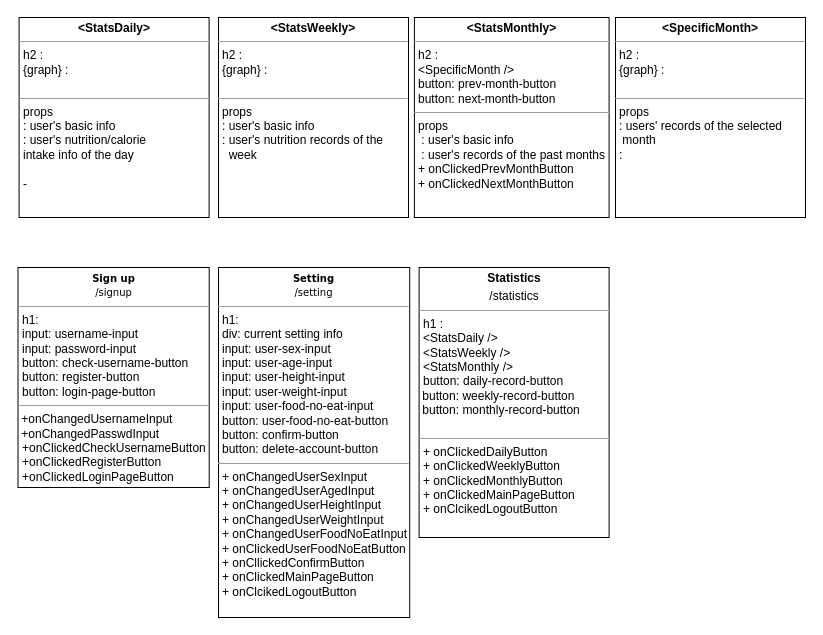
Above: diagrams/Bang.drawio in swsnu/swpp2021-team5 (draw.io), before the change. Source tidied: cells renumbered, new cells numbered last; positions are measured from the earlier drawing's top-left corner, leaving out a move shared by most shapes. Both pictures are drawn from the tidied source at 100%, with x=0, y=0 at pixel (18, 17).
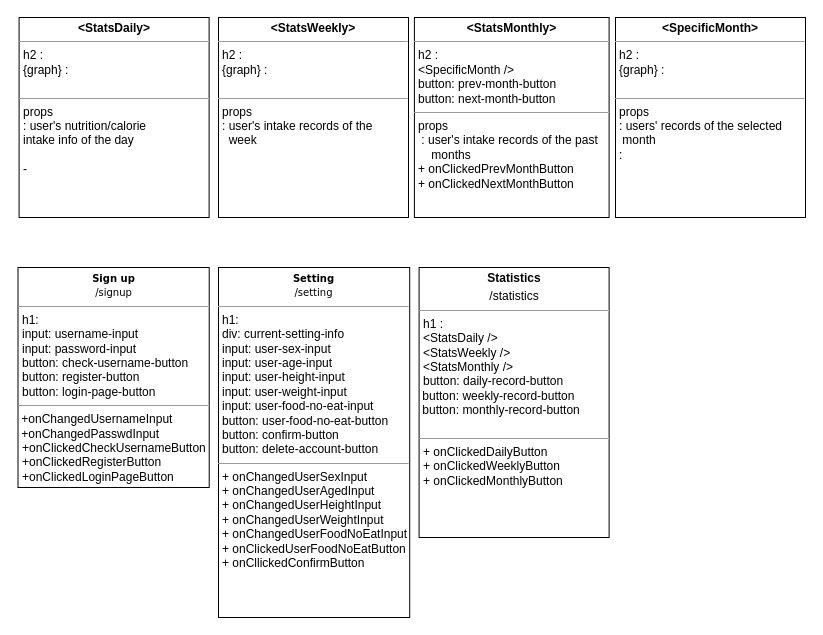
Above is the later version.

Diff of the diagram source:
```diff
@@
 <mxGraphModel>
   <root>
     <mxCell id="0" />
     <mxCell id="1" parent="0" />
-    <mxCell id="2" value="&lt;p style=&quot;margin: 0px ; margin-top: 4px ; text-align: center&quot;&gt;&lt;b&gt;&amp;lt;StatsDaily&amp;gt;&lt;/b&gt;&lt;/p&gt;&lt;hr size=&quot;1&quot;&gt;&lt;p style=&quot;margin: 0px ; margin-left: 4px&quot;&gt;h2 :&amp;nbsp;&lt;br&gt;&lt;/p&gt;&lt;p style=&quot;margin: 0px ; margin-left: 4px&quot;&gt;{graph} :&amp;nbsp;&lt;/p&gt;&lt;p style=&quot;margin: 0px ; margin-left: 4px&quot;&gt;&lt;br&gt;&lt;/p&gt;&lt;hr size=&quot;1&quot;&gt;&lt;p style=&quot;margin: 0px ; margin-left: 4px&quot;&gt;props&lt;/p&gt;&lt;p style=&quot;margin: 0px ; margin-left: 4px&quot;&gt;: user's basic info&lt;br&gt;&lt;/p&gt;&lt;p style=&quot;margin: 0px ; margin-left: 4px&quot;&gt;: user's nutrition/calorie&lt;/p&gt;&lt;p style=&quot;margin: 0px ; margin-left: 4px&quot;&gt;intake info of the day&lt;/p&gt;&lt;p style=&quot;margin: 0px ; margin-left: 4px&quot;&gt;&lt;br&gt;&lt;/p&gt;&lt;p style=&quot;margin: 0px ; margin-left: 4px&quot;&gt;-&amp;nbsp;&lt;/p&gt;&lt;p style=&quot;margin: 0px ; margin-left: 4px&quot;&gt;&lt;br&gt;&lt;/p&gt;" style="verticalAlign=top;align=left;overflow=fill;fontSize=12;fontFamily=Helvetica;html=1;rounded=0;shadow=0;comic=0;labelBackgroundColor=none;strokeWidth=1;" parent="1" vertex="1">
+    <mxCell id="2" value="&lt;p style=&quot;margin: 0px ; margin-top: 4px ; text-align: center&quot;&gt;&lt;b&gt;&amp;lt;StatsDaily&amp;gt;&lt;/b&gt;&lt;/p&gt;&lt;hr size=&quot;1&quot;&gt;&lt;p style=&quot;margin: 0px ; margin-left: 4px&quot;&gt;h2 :&amp;nbsp;&lt;br&gt;&lt;/p&gt;&lt;p style=&quot;margin: 0px ; margin-left: 4px&quot;&gt;{graph} :&amp;nbsp;&lt;/p&gt;&lt;p style=&quot;margin: 0px ; margin-left: 4px&quot;&gt;&lt;br&gt;&lt;/p&gt;&lt;hr size=&quot;1&quot;&gt;&lt;p style=&quot;margin: 0px ; margin-left: 4px&quot;&gt;props&lt;/p&gt;&lt;p style=&quot;margin: 0px ; margin-left: 4px&quot;&gt;: user's nutrition/calorie&lt;/p&gt;&lt;p style=&quot;margin: 0px ; margin-left: 4px&quot;&gt;intake info of the day&lt;/p&gt;&lt;p style=&quot;margin: 0px ; margin-left: 4px&quot;&gt;&lt;br&gt;&lt;/p&gt;&lt;p style=&quot;margin: 0px ; margin-left: 4px&quot;&gt;-&amp;nbsp;&lt;/p&gt;&lt;p style=&quot;margin: 0px ; margin-left: 4px&quot;&gt;&lt;br&gt;&lt;/p&gt;" style="verticalAlign=top;align=left;overflow=fill;fontSize=12;fontFamily=Helvetica;html=1;rounded=0;shadow=0;comic=0;labelBackgroundColor=none;strokeWidth=1;" parent="1" vertex="1">
       <mxGeometry x="0.6" width="190" height="200" as="geometry" />
     </mxCell>
-    <mxCell id="3" value="&lt;p style=&quot;margin: 0px ; margin-top: 4px ; text-align: center&quot;&gt;&lt;b&gt;&amp;lt;StatsWeekly&amp;gt;&lt;/b&gt;&lt;/p&gt;&lt;hr size=&quot;1&quot;&gt;&lt;p style=&quot;margin: 0px ; margin-left: 4px&quot;&gt;h2 :&amp;nbsp;&lt;br&gt;&lt;/p&gt;&lt;p style=&quot;margin: 0px ; margin-left: 4px&quot;&gt;{graph} :&lt;br&gt;&lt;/p&gt;&lt;p style=&quot;margin: 0px ; margin-left: 4px&quot;&gt;&lt;br&gt;&lt;/p&gt;&lt;hr size=&quot;1&quot;&gt;&lt;p style=&quot;margin: 0px ; margin-left: 4px&quot;&gt;props&lt;/p&gt;&lt;p style=&quot;margin: 0px ; margin-left: 4px&quot;&gt;: user's basic info&lt;/p&gt;&lt;p style=&quot;margin: 0px ; margin-left: 4px&quot;&gt;: user's nutrition records of the&lt;/p&gt;&lt;p style=&quot;margin: 0px ; margin-left: 4px&quot;&gt;&amp;nbsp; week&lt;br&gt;&lt;/p&gt;" style="verticalAlign=top;align=left;overflow=fill;fontSize=12;fontFamily=Helvetica;html=1;rounded=0;shadow=0;comic=0;labelBackgroundColor=none;strokeWidth=1;" parent="1" vertex="1">
+    <mxCell id="3" value="&lt;p style=&quot;margin: 0px ; margin-top: 4px ; text-align: center&quot;&gt;&lt;b&gt;&amp;lt;StatsWeekly&amp;gt;&lt;/b&gt;&lt;/p&gt;&lt;hr size=&quot;1&quot;&gt;&lt;p style=&quot;margin: 0px ; margin-left: 4px&quot;&gt;h2 :&amp;nbsp;&lt;br&gt;&lt;/p&gt;&lt;p style=&quot;margin: 0px ; margin-left: 4px&quot;&gt;{graph} :&lt;br&gt;&lt;/p&gt;&lt;p style=&quot;margin: 0px ; margin-left: 4px&quot;&gt;&lt;br&gt;&lt;/p&gt;&lt;hr size=&quot;1&quot;&gt;&lt;p style=&quot;margin: 0px ; margin-left: 4px&quot;&gt;props&lt;/p&gt;&lt;p style=&quot;margin: 0px ; margin-left: 4px&quot;&gt;: user's intake records of the&lt;/p&gt;&lt;p style=&quot;margin: 0px ; margin-left: 4px&quot;&gt;&amp;nbsp; week&lt;br&gt;&lt;/p&gt;" style="verticalAlign=top;align=left;overflow=fill;fontSize=12;fontFamily=Helvetica;html=1;rounded=0;shadow=0;comic=0;labelBackgroundColor=none;strokeWidth=1;" parent="1" vertex="1">
       <mxGeometry x="200" width="190" height="200" as="geometry" />
     </mxCell>
-    <mxCell id="4" value="&lt;p style=&quot;margin: 0px ; margin-top: 4px ; text-align: center&quot;&gt;&lt;b&gt;&amp;lt;StatsMonthly&amp;gt;&lt;/b&gt;&lt;/p&gt;&lt;hr size=&quot;1&quot;&gt;&lt;p style=&quot;margin: 0px ; margin-left: 4px&quot;&gt;h2 :&amp;nbsp;&lt;br&gt;&lt;/p&gt;&lt;p style=&quot;margin: 0px ; margin-left: 4px&quot;&gt;&amp;lt;SpecificMonth /&amp;gt;&lt;/p&gt;&lt;p style=&quot;margin: 0px ; margin-left: 4px&quot;&gt;button: prev-month-button&lt;/p&gt;&lt;p style=&quot;margin: 0px ; margin-left: 4px&quot;&gt;button: next-month-button&lt;/p&gt;&lt;hr size=&quot;1&quot;&gt;&lt;p style=&quot;margin: 0px 0px 0px 4px&quot;&gt;props&lt;/p&gt;&lt;p style=&quot;margin: 0px 0px 0px 4px&quot;&gt;&amp;nbsp;: user's basic info&lt;/p&gt;&lt;p style=&quot;margin: 0px 0px 0px 4px&quot;&gt;&amp;nbsp;: user's records of the past months&lt;/p&gt;&lt;p style=&quot;margin: 0px 0px 0px 4px&quot;&gt;+ onClickedPrevMonthButton&lt;/p&gt;&lt;p style=&quot;margin: 0px 0px 0px 4px&quot;&gt;+ onClickedNextMonthButton&lt;/p&gt;" style="verticalAlign=top;align=left;overflow=fill;fontSize=12;fontFamily=Helvetica;html=1;rounded=0;shadow=0;comic=0;labelBackgroundColor=none;strokeWidth=1;" parent="1" vertex="1">
+    <mxCell id="4" value="&lt;p style=&quot;margin: 0px ; margin-top: 4px ; text-align: center&quot;&gt;&lt;b&gt;&amp;lt;StatsMonthly&amp;gt;&lt;/b&gt;&lt;/p&gt;&lt;hr size=&quot;1&quot;&gt;&lt;p style=&quot;margin: 0px ; margin-left: 4px&quot;&gt;h2 :&amp;nbsp;&lt;br&gt;&lt;/p&gt;&lt;p style=&quot;margin: 0px ; margin-left: 4px&quot;&gt;&amp;lt;SpecificMonth /&amp;gt;&lt;/p&gt;&lt;p style=&quot;margin: 0px ; margin-left: 4px&quot;&gt;button: prev-month-button&lt;/p&gt;&lt;p style=&quot;margin: 0px ; margin-left: 4px&quot;&gt;button: next-month-button&lt;/p&gt;&lt;hr size=&quot;1&quot;&gt;&lt;p style=&quot;margin: 0px 0px 0px 4px&quot;&gt;props&lt;/p&gt;&lt;p style=&quot;margin: 0px 0px 0px 4px&quot;&gt;&amp;nbsp;: user's intake records of the past&lt;/p&gt;&lt;p style=&quot;margin: 0px 0px 0px 4px&quot;&gt;&amp;nbsp; &amp;nbsp; months&lt;/p&gt;&lt;p style=&quot;margin: 0px 0px 0px 4px&quot;&gt;+ onClickedPrevMonthButton&lt;/p&gt;&lt;p style=&quot;margin: 0px 0px 0px 4px&quot;&gt;+ onClickedNextMonthButton&lt;/p&gt;" style="verticalAlign=top;align=left;overflow=fill;fontSize=12;fontFamily=Helvetica;html=1;rounded=0;shadow=0;comic=0;labelBackgroundColor=none;strokeWidth=1;" parent="1" vertex="1">
       <mxGeometry x="395.9" width="194.7" height="200" as="geometry" />
     </mxCell>
-    <mxCell id="5" value="&lt;p style=&quot;margin: 0px ; margin-top: 4px ; text-align: center&quot;&gt;&lt;b&gt;Statistics&lt;/b&gt;&lt;/p&gt;&lt;p style=&quot;margin: 0px ; margin-top: 4px ; text-align: center&quot;&gt;/statistics&lt;/p&gt;&lt;hr size=&quot;1&quot;&gt;&lt;p style=&quot;margin: 0px ; margin-left: 4px&quot;&gt;h1 :&amp;nbsp;&lt;/p&gt;&lt;p style=&quot;margin: 0px ; margin-left: 4px&quot;&gt;&amp;lt;StatsDaily /&amp;gt;&lt;/p&gt;&lt;p style=&quot;margin: 0px ; margin-left: 4px&quot;&gt;&amp;lt;StatsWeekly /&amp;gt;&lt;/p&gt;&lt;p style=&quot;margin: 0px ; margin-left: 4px&quot;&gt;&amp;lt;StatsMonthly /&amp;gt;&lt;/p&gt;&lt;p style=&quot;margin: 0px ; margin-left: 4px&quot;&gt;button: daily-record-button&lt;/p&gt;&amp;nbsp;button:&amp;nbsp;&lt;span&gt;weekly-record-button&amp;nbsp;&lt;/span&gt;&lt;br&gt;&amp;nbsp;button:&amp;nbsp;&lt;span&gt;monthly-record-button&lt;br&gt;&lt;/span&gt;&lt;br&gt;&lt;hr size=&quot;1&quot;&gt;&lt;p style=&quot;margin: 0px 0px 0px 4px&quot;&gt;+ onClickedDailyButton&lt;/p&gt;&lt;p style=&quot;margin: 0px 0px 0px 4px&quot;&gt;+ onClickedWeeklyButton&lt;/p&gt;&lt;p style=&quot;margin: 0px 0px 0px 4px&quot;&gt;+ onClickedMonthlyButton&amp;nbsp;&lt;/p&gt;&lt;p style=&quot;margin: 0px 0px 0px 4px&quot;&gt;+ onClickedMainPageButton&lt;/p&gt;&lt;p style=&quot;margin: 0px 0px 0px 4px&quot;&gt;+ onClcikedLogoutButton&lt;/p&gt;" style="verticalAlign=top;align=left;overflow=fill;fontSize=12;fontFamily=Helvetica;html=1;rounded=0;shadow=0;comic=0;labelBackgroundColor=none;strokeWidth=1;" parent="1" vertex="1">
+    <mxCell id="5" value="&lt;p style=&quot;margin: 0px ; margin-top: 4px ; text-align: center&quot;&gt;&lt;b&gt;Statistics&lt;/b&gt;&lt;/p&gt;&lt;p style=&quot;margin: 0px ; margin-top: 4px ; text-align: center&quot;&gt;/statistics&lt;/p&gt;&lt;hr size=&quot;1&quot;&gt;&lt;p style=&quot;margin: 0px ; margin-left: 4px&quot;&gt;h1 :&amp;nbsp;&lt;/p&gt;&lt;p style=&quot;margin: 0px ; margin-left: 4px&quot;&gt;&amp;lt;StatsDaily /&amp;gt;&lt;/p&gt;&lt;p style=&quot;margin: 0px ; margin-left: 4px&quot;&gt;&amp;lt;StatsWeekly /&amp;gt;&lt;/p&gt;&lt;p style=&quot;margin: 0px ; margin-left: 4px&quot;&gt;&amp;lt;StatsMonthly /&amp;gt;&lt;/p&gt;&lt;p style=&quot;margin: 0px ; margin-left: 4px&quot;&gt;button: daily-record-button&lt;/p&gt;&amp;nbsp;button:&amp;nbsp;&lt;span&gt;weekly-record-button&amp;nbsp;&lt;/span&gt;&lt;br&gt;&amp;nbsp;button:&amp;nbsp;&lt;span&gt;monthly-record-button&lt;br&gt;&lt;/span&gt;&lt;br&gt;&lt;hr size=&quot;1&quot;&gt;&lt;p style=&quot;margin: 0px 0px 0px 4px&quot;&gt;+ onClickedDailyButton&lt;/p&gt;&lt;p style=&quot;margin: 0px 0px 0px 4px&quot;&gt;+ onClickedWeeklyButton&lt;/p&gt;&lt;p style=&quot;margin: 0px 0px 0px 4px&quot;&gt;+ onClickedMonthlyButton&lt;/p&gt;" style="verticalAlign=top;align=left;overflow=fill;fontSize=12;fontFamily=Helvetica;html=1;rounded=0;shadow=0;comic=0;labelBackgroundColor=none;strokeWidth=1;" parent="1" vertex="1">
       <mxGeometry x="400.6" y="250" width="190" height="270" as="geometry" />
     </mxCell>
     <mxCell id="6" value="&lt;p style=&quot;margin: 4px 0px 0px ; text-align: center&quot;&gt;&lt;b style=&quot;font-family: &amp;#34;verdana&amp;#34; ; font-size: 10px&quot;&gt;Sign up&lt;/b&gt;&lt;br style=&quot;font-family: &amp;#34;verdana&amp;#34; ; font-size: 10px&quot;&gt;&lt;span style=&quot;font-family: &amp;#34;verdana&amp;#34; ; font-size: 10px&quot;&gt;/signup&lt;/span&gt;&lt;br&gt;&lt;/p&gt;&lt;hr size=&quot;1&quot;&gt;&lt;p style=&quot;margin: 0px 0px 0px 4px&quot;&gt;h1:&lt;/p&gt;&lt;p style=&quot;margin: 0px 0px 0px 4px&quot;&gt;input: username-input&lt;/p&gt;&lt;p style=&quot;margin: 0px 0px 0px 4px&quot;&gt;input: password-input&lt;/p&gt;&lt;p style=&quot;margin: 0px 0px 0px 4px&quot;&gt;button: check-username-button&lt;/p&gt;&lt;p style=&quot;margin: 0px 0px 0px 4px&quot;&gt;button: register-button&lt;/p&gt;&lt;p style=&quot;margin: 0px 0px 0px 4px&quot;&gt;button: login-page-button&lt;/p&gt;&lt;hr size=&quot;1&quot;&gt;&amp;nbsp;+onChangedUsernameInput&lt;br&gt;&amp;nbsp;+onChangedPasswdInput&lt;br&gt;&lt;p style=&quot;margin: 0px 0px 0px 4px&quot;&gt;+onClickedCheckUsernameButton&lt;/p&gt;&lt;p style=&quot;margin: 0px 0px 0px 4px&quot;&gt;+onClickedRegisterButton&lt;/p&gt;&lt;p style=&quot;margin: 0px 0px 0px 4px&quot;&gt;+onClickedLoginPageButton&lt;/p&gt;" style="verticalAlign=top;align=left;overflow=fill;fontSize=12;fontFamily=Helvetica;html=1;" parent="1" vertex="1">
       <mxGeometry x="-0.5" y="250" width="191.2" height="220" as="geometry" />
     </mxCell>
-    <mxCell id="7" value="&lt;p style=&quot;margin: 4px 0px 0px ; text-align: center&quot;&gt;&lt;b style=&quot;font-family: &amp;#34;verdana&amp;#34; ; font-size: 10px&quot;&gt;Setting&lt;/b&gt;&lt;br style=&quot;font-family: &amp;#34;verdana&amp;#34; ; font-size: 10px&quot;&gt;&lt;span style=&quot;font-family: &amp;#34;verdana&amp;#34; ; font-size: 10px&quot;&gt;/setting&lt;/span&gt;&lt;br&gt;&lt;/p&gt;&lt;hr size=&quot;1&quot;&gt;&lt;p style=&quot;margin: 0px 0px 0px 4px&quot;&gt;h1:&amp;nbsp;&lt;/p&gt;&lt;p style=&quot;margin: 0px 0px 0px 4px&quot;&gt;div: current setting info&lt;/p&gt;&lt;p style=&quot;margin: 0px 0px 0px 4px&quot;&gt;input: user-sex-input&lt;/p&gt;&lt;p style=&quot;margin: 0px 0px 0px 4px&quot;&gt;input: user-age-input&lt;/p&gt;&lt;p style=&quot;margin: 0px 0px 0px 4px&quot;&gt;input: user-height-input&lt;/p&gt;&lt;p style=&quot;margin: 0px 0px 0px 4px&quot;&gt;input: user-weight-input&lt;/p&gt;&lt;p style=&quot;margin: 0px 0px 0px 4px&quot;&gt;input: user-food-no-eat-input&lt;br&gt;&lt;/p&gt;&lt;p style=&quot;margin: 0px 0px 0px 4px&quot;&gt;button: user-food-no-eat-button&lt;/p&gt;&lt;p style=&quot;margin: 0px 0px 0px 4px&quot;&gt;&lt;span&gt;button: confirm-button&lt;/span&gt;&lt;br&gt;&lt;/p&gt;&lt;p style=&quot;margin: 0px 0px 0px 4px&quot;&gt;&lt;span&gt;button: delete-account-button&lt;/span&gt;&lt;/p&gt;&lt;hr size=&quot;1&quot;&gt;&lt;p style=&quot;margin: 0px 0px 0px 4px&quot;&gt;+ onChangedUserSexInput&lt;/p&gt;&lt;p style=&quot;margin: 0px 0px 0px 4px&quot;&gt;+ onChangedUserAgedInput&lt;/p&gt;&lt;p style=&quot;margin: 0px 0px 0px 4px&quot;&gt;+ onChangedUserHeightInput&lt;/p&gt;&lt;p style=&quot;margin: 0px 0px 0px 4px&quot;&gt;+ onChangedUserWeightInput&lt;/p&gt;&lt;p style=&quot;margin: 0px 0px 0px 4px&quot;&gt;+ onChangedUserFoodNoEatInput&lt;/p&gt;&lt;p style=&quot;margin: 0px 0px 0px 4px&quot;&gt;+ onClickedUserFoodNoEatButton&lt;/p&gt;&lt;p style=&quot;margin: 0px 0px 0px 4px&quot;&gt;+ onCllickedConfirmButton&lt;/p&gt;&lt;p style=&quot;margin: 0px 0px 0px 4px&quot;&gt;+ onClickedMainPageButton&lt;/p&gt;&lt;p style=&quot;margin: 0px 0px 0px 4px&quot;&gt;+ onClcikedLogoutButton&lt;/p&gt;&lt;p style=&quot;margin: 0px 0px 0px 4px&quot;&gt;&lt;br&gt;&lt;/p&gt;" style="verticalAlign=top;align=left;overflow=fill;fontSize=12;fontFamily=Helvetica;html=1;" parent="1" vertex="1">
+    <mxCell id="7" value="&lt;p style=&quot;margin: 4px 0px 0px ; text-align: center&quot;&gt;&lt;b style=&quot;font-family: &amp;#34;verdana&amp;#34; ; font-size: 10px&quot;&gt;Setting&lt;/b&gt;&lt;br style=&quot;font-family: &amp;#34;verdana&amp;#34; ; font-size: 10px&quot;&gt;&lt;span style=&quot;font-family: &amp;#34;verdana&amp;#34; ; font-size: 10px&quot;&gt;/setting&lt;/span&gt;&lt;br&gt;&lt;/p&gt;&lt;hr size=&quot;1&quot;&gt;&lt;p style=&quot;margin: 0px 0px 0px 4px&quot;&gt;h1:&amp;nbsp;&lt;/p&gt;&lt;p style=&quot;margin: 0px 0px 0px 4px&quot;&gt;div: current-setting-info&lt;/p&gt;&lt;p style=&quot;margin: 0px 0px 0px 4px&quot;&gt;input: user-sex-input&lt;/p&gt;&lt;p style=&quot;margin: 0px 0px 0px 4px&quot;&gt;input: user-age-input&lt;/p&gt;&lt;p style=&quot;margin: 0px 0px 0px 4px&quot;&gt;input: user-height-input&lt;/p&gt;&lt;p style=&quot;margin: 0px 0px 0px 4px&quot;&gt;input: user-weight-input&lt;/p&gt;&lt;p style=&quot;margin: 0px 0px 0px 4px&quot;&gt;input: user-food-no-eat-input&lt;br&gt;&lt;/p&gt;&lt;p style=&quot;margin: 0px 0px 0px 4px&quot;&gt;button: user-food-no-eat-button&lt;/p&gt;&lt;p style=&quot;margin: 0px 0px 0px 4px&quot;&gt;&lt;span&gt;button: confirm-button&lt;/span&gt;&lt;br&gt;&lt;/p&gt;&lt;p style=&quot;margin: 0px 0px 0px 4px&quot;&gt;&lt;span&gt;button: delete-account-button&lt;/span&gt;&lt;/p&gt;&lt;hr size=&quot;1&quot;&gt;&lt;p style=&quot;margin: 0px 0px 0px 4px&quot;&gt;+ onChangedUserSexInput&lt;/p&gt;&lt;p style=&quot;margin: 0px 0px 0px 4px&quot;&gt;+ onChangedUserAgedInput&lt;/p&gt;&lt;p style=&quot;margin: 0px 0px 0px 4px&quot;&gt;+ onChangedUserHeightInput&lt;/p&gt;&lt;p style=&quot;margin: 0px 0px 0px 4px&quot;&gt;+ onChangedUserWeightInput&lt;/p&gt;&lt;p style=&quot;margin: 0px 0px 0px 4px&quot;&gt;+ onChangedUserFoodNoEatInput&lt;/p&gt;&lt;p style=&quot;margin: 0px 0px 0px 4px&quot;&gt;+ onClickedUserFoodNoEatButton&lt;/p&gt;&lt;p style=&quot;margin: 0px 0px 0px 4px&quot;&gt;+ onCllickedConfirmButton&lt;/p&gt;" style="verticalAlign=top;align=left;overflow=fill;fontSize=12;fontFamily=Helvetica;html=1;" parent="1" vertex="1">
       <mxGeometry x="200" y="250" width="191.2" height="350" as="geometry" />
     </mxCell>
     <mxCell id="8" style="edgeStyle=orthogonalEdgeStyle;rounded=0;orthogonalLoop=1;jettySize=auto;html=1;exitX=0.5;exitY=1;exitDx=0;exitDy=0;" parent="1" edge="1" source="3" target="3">
       <mxGeometry relative="1" as="geometry" />
     </mxCell>
     <mxCell id="9" value="&lt;p style=&quot;margin: 0px ; margin-top: 4px ; text-align: center&quot;&gt;&lt;b&gt;&amp;lt;SpecificMonth&amp;gt;&lt;/b&gt;&lt;/p&gt;&lt;hr size=&quot;1&quot;&gt;&lt;p style=&quot;margin: 0px ; margin-left: 4px&quot;&gt;h2 :&amp;nbsp;&lt;br&gt;&lt;/p&gt;&lt;p style=&quot;margin: 0px ; margin-left: 4px&quot;&gt;{graph} :&lt;br&gt;&lt;/p&gt;&lt;p style=&quot;margin: 0px ; margin-left: 4px&quot;&gt;&lt;br&gt;&lt;/p&gt;&lt;hr size=&quot;1&quot;&gt;&lt;p style=&quot;margin: 0px ; margin-left: 4px&quot;&gt;props&lt;/p&gt;&lt;p style=&quot;margin: 0px ; margin-left: 4px&quot;&gt;: users' records of the selected&lt;/p&gt;&lt;p style=&quot;margin: 0px ; margin-left: 4px&quot;&gt;&amp;nbsp;month&lt;/p&gt;&lt;p style=&quot;margin: 0px ; margin-left: 4px&quot;&gt;:&amp;nbsp;&lt;/p&gt;" style="verticalAlign=top;align=left;overflow=fill;fontSize=12;fontFamily=Helvetica;html=1;rounded=0;shadow=0;comic=0;labelBackgroundColor=none;strokeWidth=1;" parent="1" vertex="1">
       <mxGeometry x="597" width="190" height="200" as="geometry" />
     </mxCell>
   </root>
 </mxGraphModel>
```
